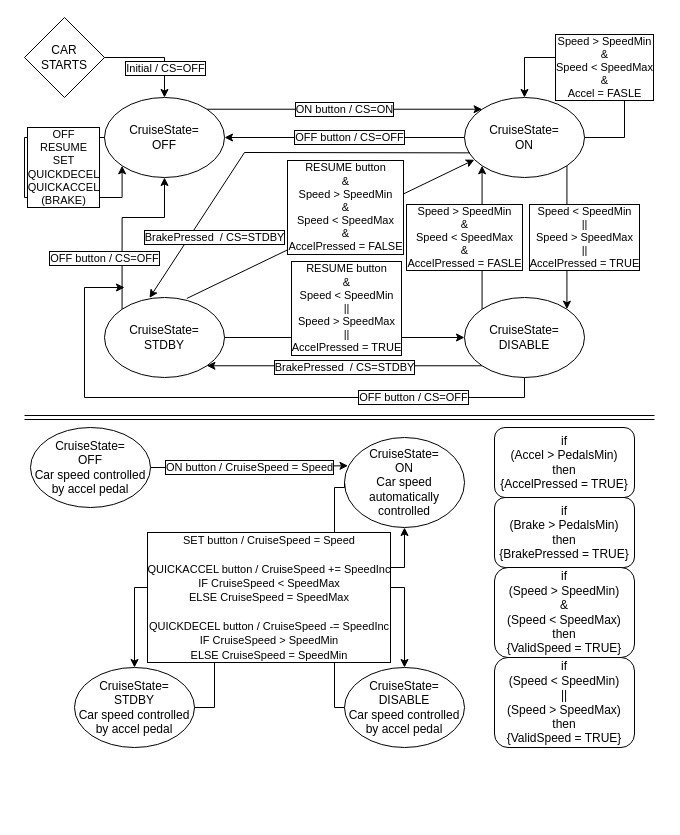
Above: page "full fsm" (1 of 3) of Assignment_2/Report/Flowcharts/flowchart.drawio in BeckBusch/Compsys723-Work (draw.io), before the change. Source tidied: cells renumbered, new cells numbered last; positions are measured from the earlier drawing's top-left corner, leaving out a move shared by most shapes. Both pictures are drawn from the tidied source at 100%, with x=0, y=0 at pixel (24, 17).
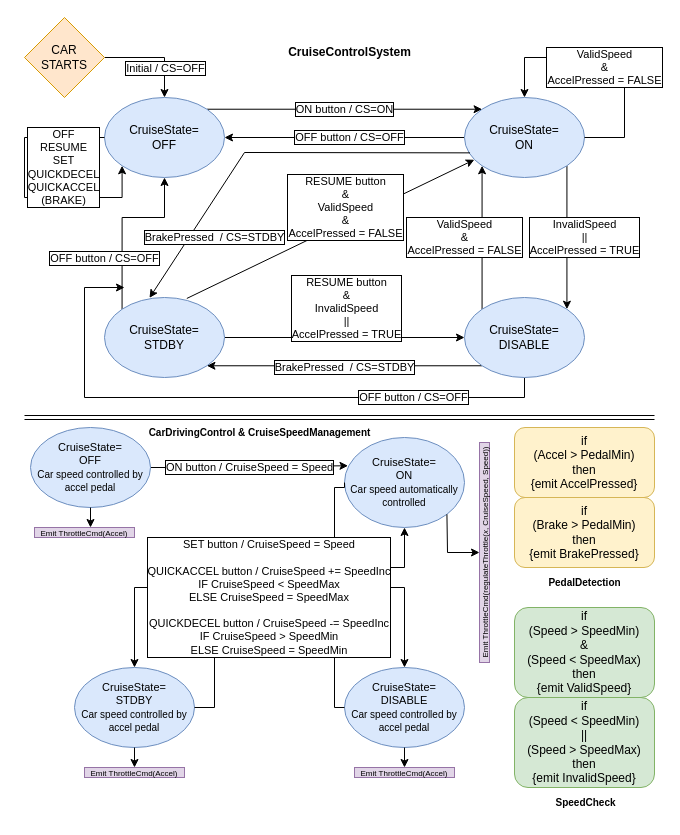
Above is the later version.

Commit message:
FSM flowchart improvements

Unchanged cells that the change refers to:
```xml
<mxCell id="14" style="edgeStyle=orthogonalEdgeStyle;rounded=0;jettySize=auto;html=1;exitX=1;exitY=0.5;exitDx=0;exitDy=0;entryX=0;entryY=0.5;entryDx=0;entryDy=0;" parent="1" edge="1" source="17" target="12">
  <mxGeometry relative="1" as="geometry" />
</mxCell>
```

The edit, as a diff of the source:
```diff
@@
-    <mxCell id="3" value="CruiseState=&lt;br&gt;OFF" style="ellipse;whiteSpace=wrap;html=1;" parent="1" vertex="1">
+    <mxCell id="3" value="CruiseState=&lt;br&gt;OFF" style="ellipse;whiteSpace=wrap;html=1;fillColor=#dae8fc;strokeColor=#6c8ebf;" parent="1" vertex="1">
       <mxGeometry x="80" y="80" width="120" height="80" as="geometry" />
     </mxCell>
@@
-    <mxCell id="6" value="Speed &amp;lt; SpeedMin&lt;br&gt;||&lt;br&gt;Speed &amp;gt; SpeedMax&lt;br&gt;||&lt;br&gt;AccelPressed&amp;nbsp;= TRUE" style="edgeStyle=orthogonalEdgeStyle;rounded=0;jettySize=auto;html=1;exitX=1;exitY=1;exitDx=0;exitDy=0;entryX=1;entryY=0;entryDx=0;entryDy=0;labelBorderColor=default;" parent="1" edge="1" source="7" target="12">
+    <mxCell id="6" value="InvalidSpeed&lt;br&gt;||&lt;br&gt;AccelPressed&amp;nbsp;= TRUE" style="edgeStyle=orthogonalEdgeStyle;rounded=0;jettySize=auto;html=1;exitX=1;exitY=1;exitDx=0;exitDy=0;entryX=1;entryY=0;entryDx=0;entryDy=0;labelBorderColor=default;" parent="1" edge="1" source="7" target="12">
       <mxGeometry y="18" relative="1" as="geometry" />
     </mxCell>
-    <mxCell id="7" value="CruiseState=&lt;br&gt;ON" style="ellipse;whiteSpace=wrap;html=1;" parent="1" vertex="1">
+    <mxCell id="7" value="CruiseState=&lt;br&gt;ON" style="ellipse;whiteSpace=wrap;html=1;fillColor=#dae8fc;strokeColor=#6c8ebf;" parent="1" vertex="1">
       <mxGeometry x="440" y="80" width="120" height="80" as="geometry" />
     </mxCell>
-    <mxCell id="8" value="Speed &amp;gt; SpeedMin&lt;br style=&quot;border-color: var(--border-color);&quot;&gt;&amp;amp;&lt;br style=&quot;border-color: var(--border-color);&quot;&gt;Speed &amp;lt; SpeedMax&lt;br style=&quot;border-color: var(--border-color);&quot;&gt;&amp;amp;&lt;br style=&quot;border-color: var(--border-color);&quot;&gt;AccelPressed&amp;nbsp;= FASLE" style="edgeStyle=orthogonalEdgeStyle;rounded=0;jettySize=auto;html=1;exitX=0;exitY=0;exitDx=0;exitDy=0;entryX=0;entryY=1;entryDx=0;entryDy=0;labelBorderColor=default;" parent="1" edge="1" source="12" target="7">
+    <mxCell id="8" value="ValidSpeed&lt;br style=&quot;border-color: var(--border-color);&quot;&gt;&amp;amp;&lt;br style=&quot;border-color: var(--border-color);&quot;&gt;AccelPressed&amp;nbsp;= FALSE" style="edgeStyle=orthogonalEdgeStyle;rounded=0;jettySize=auto;html=1;exitX=0;exitY=0;exitDx=0;exitDy=0;entryX=0;entryY=1;entryDx=0;entryDy=0;labelBorderColor=default;" parent="1" edge="1" source="12" target="7">
       <mxGeometry y="18" relative="1" as="geometry" />
     </mxCell>
@@
-    <mxCell id="12" value="CruiseState=&lt;br&gt;DISABLE" style="ellipse;whiteSpace=wrap;html=1;" parent="1" vertex="1">
+    <mxCell id="12" value="CruiseState=&lt;br&gt;DISABLE" style="ellipse;whiteSpace=wrap;html=1;fillColor=#dae8fc;strokeColor=#6c8ebf;" parent="1" vertex="1">
       <mxGeometry x="440" y="280" width="120" height="80" as="geometry" />
     </mxCell>
-    <mxCell id="13" value="RESUME button&lt;br style=&quot;border-color: var(--border-color);&quot;&gt;&amp;amp;&lt;br style=&quot;border-color: var(--border-color);&quot;&gt;Speed &amp;gt; SpeedMin&lt;br style=&quot;border-color: var(--border-color);&quot;&gt;&amp;amp;&lt;br style=&quot;border-color: var(--border-color);&quot;&gt;Speed &amp;lt; SpeedMax&lt;br style=&quot;border-color: var(--border-color);&quot;&gt;&amp;amp;&lt;br style=&quot;border-color: var(--border-color);&quot;&gt;AccelPressed&amp;nbsp;= FALSE" style="rounded=0;jettySize=auto;html=1;exitX=0.686;exitY=0.012;exitDx=0;exitDy=0;entryX=0.082;entryY=0.778;entryDx=0;entryDy=0;strokeColor=default;entryPerimeter=0;labelBorderColor=default;exitPerimeter=0;" parent="1" edge="1" source="17" target="7">
+    <mxCell id="13" value="RESUME button&lt;br style=&quot;border-color: var(--border-color);&quot;&gt;&amp;amp;&lt;br style=&quot;border-color: var(--border-color);&quot;&gt;ValidSpeed&lt;br style=&quot;border-color: var(--border-color);&quot;&gt;&amp;amp;&lt;br style=&quot;border-color: var(--border-color);&quot;&gt;AccelPressed&amp;nbsp;= FALSE" style="rounded=0;jettySize=auto;html=1;exitX=0.686;exitY=0.012;exitDx=0;exitDy=0;entryX=0.082;entryY=0.778;entryDx=0;entryDy=0;strokeColor=default;entryPerimeter=0;labelBorderColor=default;exitPerimeter=0;" parent="1" edge="1" source="17" target="7">
       <mxGeometry x="0.14" y="13" relative="1" as="geometry" />
     </mxCell>
@@
-    <mxCell id="15" value="RESUME button&lt;br&gt;&amp;amp;&lt;br&gt;Speed &amp;lt; SpeedMin&lt;br&gt;||&lt;br&gt;Speed &amp;gt; SpeedMax&lt;br&gt;||&lt;br&gt;AccelPressed = TRUE" style="edgeLabel;html=1;align=center;verticalAlign=middle;labelBorderColor=default;" parent="14" vertex="1">
+    <mxCell id="15" value="RESUME button&lt;br&gt;&amp;amp;&lt;br&gt;InvalidSpeed&lt;br&gt;||&lt;br&gt;AccelPressed = TRUE" style="edgeLabel;html=1;align=center;verticalAlign=middle;labelBorderColor=default;" parent="14" vertex="1">
       <mxGeometry x="0.19" relative="1" as="geometry">
         <mxPoint x="-22" y="-30" as="offset" />
       </mxGeometry>
     </mxCell>
@@
-    <mxCell id="17" value="CruiseState=&lt;br&gt;STDBY" style="ellipse;whiteSpace=wrap;html=1;" parent="1" vertex="1">
+    <mxCell id="17" value="CruiseState=&lt;br&gt;STDBY" style="ellipse;whiteSpace=wrap;html=1;fillColor=#dae8fc;strokeColor=#6c8ebf;" parent="1" vertex="1">
       <mxGeometry x="80" y="280" width="120" height="80" as="geometry" />
     </mxCell>
@@
-    <mxCell id="20" value="CAR&lt;br&gt;STARTS" style="rhombus;whiteSpace=wrap;html=1;" parent="1" vertex="1">
+    <mxCell id="20" value="CAR&lt;br&gt;STARTS" style="rhombus;whiteSpace=wrap;html=1;fillColor=#ffe6cc;strokeColor=#d79b00;" parent="1" vertex="1">
       <mxGeometry width="80" height="80" as="geometry" />
     </mxCell>
-    <mxCell id="21" value="Speed &amp;gt; SpeedMin&lt;br&gt;&amp;amp;&lt;br&gt;Speed &amp;lt; SpeedMax&lt;br&gt;&amp;amp;&lt;br&gt;Accel = FASLE" style="edgeStyle=orthogonalEdgeStyle;rounded=0;orthogonalLoop=1;jettySize=auto;html=1;exitX=1;exitY=0.5;exitDx=0;exitDy=0;entryX=0.5;entryY=0;entryDx=0;entryDy=0;labelBorderColor=default;" parent="1" edge="1" source="7" target="7">
+    <mxCell id="21" value="ValidSpeed&lt;br&gt;&amp;amp;&lt;br&gt;AccelPressed = FALSE" style="edgeStyle=orthogonalEdgeStyle;rounded=0;orthogonalLoop=1;jettySize=auto;html=1;exitX=1;exitY=0.5;exitDx=0;exitDy=0;entryX=0.5;entryY=0;entryDx=0;entryDy=0;labelBorderColor=default;" parent="1" edge="1" source="7" target="7">
       <mxGeometry x="0.08" y="10" relative="1" as="geometry">
         <Array as="points">
           <mxPoint x="600" y="120" />
           <mxPoint x="600" y="40" />
           <mxPoint x="500" y="40" />
         </Array>
       </mxGeometry>
     </mxCell>
@@
-    <mxCell id="24" value="ON button / CruiseSpeed = Speed" style="edgeStyle=orthogonalEdgeStyle;rounded=0;jettySize=auto;html=1;labelBorderColor=default;exitX=1;exitY=0.5;exitDx=0;exitDy=0;entryX=0;entryY=0;entryDx=0;entryDy=0;" parent="1" edge="1" source="25">
+    <mxCell id="24" value="ON button / CruiseSpeed = Speed" style="edgeStyle=orthogonalEdgeStyle;rounded=0;jettySize=auto;html=1;labelBorderColor=default;exitX=1;exitY=0.5;exitDx=0;exitDy=0;entryX=0;entryY=0;entryDx=0;entryDy=0;fontSize=11;" parent="1" edge="1" source="25">
       <mxGeometry relative="1" as="geometry">
         <mxPoint x="323.5" y="448.3" as="targetPoint" />
       </mxGeometry>
     </mxCell>
-    <mxCell id="25" value="CruiseState=&lt;br&gt;OFF&lt;br&gt;Car speed controlled by accel pedal" style="ellipse;whiteSpace=wrap;html=1;" parent="1" vertex="1">
+    <mxCell id="25" value="CruiseState=&lt;br style=&quot;font-size: 11px;&quot;&gt;OFF&lt;br style=&quot;font-size: 11px;&quot;&gt;&lt;font style=&quot;font-size: 10px;&quot;&gt;Car speed controlled by accel pedal&lt;/font&gt;" style="ellipse;whiteSpace=wrap;html=1;fillColor=#dae8fc;strokeColor=#6c8ebf;fontSize=11;" parent="1" vertex="1">
       <mxGeometry x="6" y="410" width="120" height="80" as="geometry" />
     </mxCell>
-    <mxCell id="26" value="CruiseState=&lt;br&gt;ON&lt;br&gt;Car speed automatically controlled" style="ellipse;whiteSpace=wrap;html=1;" parent="1" vertex="1">
+    <mxCell id="26" value="CruiseState=&lt;br style=&quot;font-size: 11px;&quot;&gt;ON&lt;br style=&quot;font-size: 11px;&quot;&gt;&lt;font style=&quot;font-size: 10px;&quot;&gt;Car speed automatically controlled&lt;/font&gt;" style="ellipse;whiteSpace=wrap;html=1;fillColor=#dae8fc;strokeColor=#6c8ebf;fontSize=11;" parent="1" vertex="1">
       <mxGeometry x="320" y="420" width="120" height="90" as="geometry" />
     </mxCell>
-    <mxCell id="27" value="CruiseState=&lt;br&gt;DISABLE&lt;br&gt;Car speed controlled by accel pedal" style="ellipse;whiteSpace=wrap;html=1;" parent="1" vertex="1">
+    <mxCell id="27" value="CruiseState=&lt;br style=&quot;font-size: 11px;&quot;&gt;DISABLE&lt;br style=&quot;font-size: 11px;&quot;&gt;&lt;font style=&quot;font-size: 10px;&quot;&gt;Car speed controlled by accel pedal&lt;/font&gt;" style="ellipse;whiteSpace=wrap;html=1;fillColor=#dae8fc;strokeColor=#6c8ebf;fontSize=11;" parent="1" vertex="1">
       <mxGeometry x="320" y="650" width="120" height="80" as="geometry" />
     </mxCell>
-    <mxCell id="28" value="CruiseState=&lt;br&gt;STDBY&lt;br&gt;Car speed controlled by accel pedal" style="ellipse;whiteSpace=wrap;html=1;" parent="1" vertex="1">
+    <mxCell id="28" value="CruiseState=&lt;br style=&quot;font-size: 11px;&quot;&gt;STDBY&lt;br style=&quot;font-size: 11px;&quot;&gt;&lt;font style=&quot;font-size: 10px;&quot;&gt;Car speed controlled by accel pedal&lt;/font&gt;" style="ellipse;whiteSpace=wrap;html=1;fillColor=#dae8fc;strokeColor=#6c8ebf;fontSize=11;" parent="1" vertex="1">
       <mxGeometry x="50" y="650" width="120" height="80" as="geometry" />
     </mxCell>
@@
-    <mxCell id="30" style="edgeStyle=orthogonalEdgeStyle;rounded=0;orthogonalLoop=1;jettySize=auto;html=1;exitX=1;exitY=0.5;exitDx=0;exitDy=0;labelBorderColor=default;entryX=0.5;entryY=0;entryDx=0;entryDy=0;" parent="1" edge="1" source="28" target="28">
+    <mxCell id="30" style="edgeStyle=orthogonalEdgeStyle;rounded=0;orthogonalLoop=1;jettySize=auto;html=1;exitX=1;exitY=0.5;exitDx=0;exitDy=0;labelBorderColor=default;entryX=0.5;entryY=0;entryDx=0;entryDy=0;fontSize=11;" parent="1" edge="1" source="28" target="28">
       <mxGeometry x="0.07" y="82" relative="1" as="geometry">
         <Array as="points">
           <mxPoint x="190" y="690" />
           <mxPoint x="190" y="570" />
           <mxPoint x="110" y="570" />
         </Array>
         <mxPoint x="-2" y="-20" as="offset" />
       </mxGeometry>
     </mxCell>
-    <mxCell id="31" style="edgeStyle=orthogonalEdgeStyle;rounded=0;orthogonalLoop=1;jettySize=auto;html=1;exitX=0;exitY=0.5;exitDx=0;exitDy=0;entryX=0.5;entryY=1;entryDx=0;entryDy=0;" parent="1" edge="1" source="26" target="26">
+    <mxCell id="31" style="edgeStyle=orthogonalEdgeStyle;rounded=0;orthogonalLoop=1;jettySize=auto;html=1;exitX=0;exitY=0.5;exitDx=0;exitDy=0;entryX=0.5;entryY=1;entryDx=0;entryDy=0;fontSize=11;" parent="1" edge="1" source="26" target="26">
       <mxGeometry relative="1" as="geometry">
         <Array as="points">
           <mxPoint x="310" y="470" />
           <mxPoint x="310" y="550" />
           <mxPoint x="380" y="550" />
         </Array>
       </mxGeometry>
     </mxCell>
-    <mxCell id="32" style="edgeStyle=orthogonalEdgeStyle;rounded=0;orthogonalLoop=1;jettySize=auto;html=1;exitX=0;exitY=0.5;exitDx=0;exitDy=0;entryX=0.5;entryY=0;entryDx=0;entryDy=0;" parent="1" edge="1" source="27" target="27">
+    <mxCell id="32" style="edgeStyle=orthogonalEdgeStyle;rounded=0;orthogonalLoop=1;jettySize=auto;html=1;exitX=0;exitY=0.5;exitDx=0;exitDy=0;entryX=0.5;entryY=0;entryDx=0;entryDy=0;fontSize=11;" parent="1" edge="1" source="27" target="27">
       <mxGeometry relative="1" as="geometry">
         <Array as="points">
           <mxPoint x="310" y="690" />
           <mxPoint x="310" y="570" />
           <mxPoint x="380" y="570" />
         </Array>
       </mxGeometry>
     </mxCell>
-    <mxCell id="33" value="&lt;font style=&quot;font-size: 11px;&quot;&gt;&lt;font style=&quot;font-size: 11px;&quot;&gt;SET button / CruiseSpeed = Speed&lt;br style=&quot;border-color: var(--border-color);&quot;&gt;&lt;br style=&quot;border-color: var(--border-color);&quot;&gt;QUICKACCEL button / CruiseSpeed += SpeedInc&lt;br&gt;IF CruiseSpeed &amp;lt; SpeedMax&lt;br&gt;ELSE CruiseSpeed = SpeedMax&lt;br style=&quot;border-color: var(--border-color);&quot;&gt;&lt;br style=&quot;border-color: var(--border-color);&quot;&gt;QUICKDECEL button / CruiseSpeed -= SpeedInc&lt;br&gt;&lt;/font&gt;IF CruiseSpeed &amp;gt; SpeedMin&lt;br&gt;ELSE CruiseSpeed = SpeedMin&lt;br&gt;&lt;/font&gt;" style="text;html=1;strokeColor=none;fillColor=none;align=center;verticalAlign=middle;whiteSpace=wrap;rounded=0;labelBorderColor=default;labelBackgroundColor=default;" parent="1" vertex="1">
+    <mxCell id="33" value="&lt;font style=&quot;font-size: 11px;&quot;&gt;&lt;font style=&quot;font-size: 11px;&quot;&gt;SET button / CruiseSpeed = Speed&lt;br style=&quot;border-color: var(--border-color); font-size: 11px;&quot;&gt;&lt;br style=&quot;border-color: var(--border-color); font-size: 11px;&quot;&gt;QUICKACCEL button / CruiseSpeed += SpeedInc&lt;br style=&quot;font-size: 11px;&quot;&gt;IF CruiseSpeed &amp;lt; SpeedMax&lt;br style=&quot;font-size: 11px;&quot;&gt;ELSE CruiseSpeed = SpeedMax&lt;br style=&quot;border-color: var(--border-color); font-size: 11px;&quot;&gt;&lt;br style=&quot;border-color: var(--border-color); font-size: 11px;&quot;&gt;QUICKDECEL button / CruiseSpeed -= SpeedInc&lt;br style=&quot;font-size: 11px;&quot;&gt;&lt;/font&gt;IF CruiseSpeed &amp;gt; SpeedMin&lt;br style=&quot;font-size: 11px;&quot;&gt;ELSE CruiseSpeed = SpeedMin&lt;br style=&quot;font-size: 11px;&quot;&gt;&lt;/font&gt;" style="text;html=1;strokeColor=none;fillColor=none;align=center;verticalAlign=middle;whiteSpace=wrap;rounded=0;labelBorderColor=default;labelBackgroundColor=default;fontSize=11;" parent="1" vertex="1">
       <mxGeometry x="120" y="540" width="250" height="80" as="geometry" />
     </mxCell>
-    <mxCell id="34" value="if&lt;br&gt;(Accel &amp;gt; PedalsMin)&lt;br&gt;then&lt;br&gt;{AccelPressed = TRUE}" style="rounded=1;whiteSpace=wrap;html=1;" parent="1" vertex="1">
-      <mxGeometry x="470" y="410" width="140" height="70" as="geometry" />
+    <mxCell id="34" value="if&lt;br&gt;(Accel &amp;gt; PedalMin)&lt;br&gt;then&lt;br&gt;{emit AccelPressed}" style="rounded=1;whiteSpace=wrap;html=1;fillColor=#fff2cc;strokeColor=#d6b656;" parent="1" vertex="1">
+      <mxGeometry x="490" y="410" width="140" height="70" as="geometry" />
     </mxCell>
-    <mxCell id="35" value="if&lt;br&gt;(Brake &amp;gt; PedalsMin)&lt;br&gt;then&lt;br&gt;{BrakePressed = TRUE}" style="rounded=1;whiteSpace=wrap;html=1;" parent="1" vertex="1">
-      <mxGeometry x="470" y="480" width="140" height="70" as="geometry" />
+    <mxCell id="35" value="if&lt;br&gt;(Brake &amp;gt; PedalMin)&lt;br&gt;then&lt;br&gt;{emit BrakePressed}" style="rounded=1;whiteSpace=wrap;html=1;fillColor=#fff2cc;strokeColor=#d6b656;" parent="1" vertex="1">
+      <mxGeometry x="490" y="480" width="140" height="70" as="geometry" />
     </mxCell>
-    <mxCell id="36" value="if&lt;br&gt;(Speed &amp;gt; SpeedMin)&lt;br&gt;&amp;amp;&lt;br&gt;(Speed &amp;lt; SpeedMax)&lt;br&gt;then&lt;br&gt;{ValidSpeed = TRUE}" style="rounded=1;whiteSpace=wrap;html=1;" parent="1" vertex="1">
-      <mxGeometry x="470" y="550" width="140" height="90" as="geometry" />
+    <mxCell id="36" value="if&lt;br&gt;(Speed &amp;gt; SpeedMin)&lt;br&gt;&amp;amp;&lt;br&gt;(Speed &amp;lt; SpeedMax)&lt;br&gt;then&lt;br&gt;{emit ValidSpeed}" style="rounded=1;whiteSpace=wrap;html=1;fillColor=#d5e8d4;strokeColor=#82b366;" parent="1" vertex="1">
+      <mxGeometry x="490" y="590" width="140" height="90" as="geometry" />
     </mxCell>
-    <mxCell id="37" value="if&lt;br style=&quot;border-color: var(--border-color);&quot;&gt;(Speed &amp;lt; SpeedMin)&lt;br&gt;||&lt;br&gt;(Speed &amp;gt; SpeedMax)&lt;br style=&quot;border-color: var(--border-color);&quot;&gt;then&lt;br style=&quot;border-color: var(--border-color);&quot;&gt;{ValidSpeed = TRUE}" style="rounded=1;whiteSpace=wrap;html=1;" parent="1" vertex="1">
-      <mxGeometry x="470" y="640" width="140" height="90" as="geometry" />
+    <mxCell id="37" value="if&lt;br style=&quot;border-color: var(--border-color);&quot;&gt;(Speed &amp;lt; SpeedMin)&lt;br&gt;||&lt;br&gt;(Speed &amp;gt; SpeedMax)&lt;br style=&quot;border-color: var(--border-color);&quot;&gt;then&lt;br style=&quot;border-color: var(--border-color);&quot;&gt;{emit InvalidSpeed}" style="rounded=1;whiteSpace=wrap;html=1;fillColor=#d5e8d4;strokeColor=#82b366;" parent="1" vertex="1">
+      <mxGeometry x="490" y="680" width="140" height="90" as="geometry" />
     </mxCell>
+    <mxCell id="38" value="&lt;font size=&quot;1&quot; style=&quot;&quot;&gt;&lt;b style=&quot;font-size: 12px;&quot;&gt;CruiseControlSystem&lt;/b&gt;&lt;/font&gt;" style="text;html=1;align=center;verticalAlign=middle;strokeColor=none;fillColor=none;" parent="1" vertex="1">
+      <mxGeometry x="250" y="20" width="150" height="30" as="geometry" />
+    </mxCell>
+    <mxCell id="39" value="&lt;b&gt;&lt;font style=&quot;font-size: 10px;&quot;&gt;PedalDetection&lt;/font&gt;&lt;/b&gt;" style="text;html=1;align=center;verticalAlign=middle;strokeColor=none;fillColor=none;" parent="1" vertex="1">
+      <mxGeometry x="510" y="550" width="100" height="30" as="geometry" />
+    </mxCell>
+    <mxCell id="40" value="&lt;b&gt;&lt;font style=&quot;font-size: 10px;&quot;&gt;SpeedCheck&lt;/font&gt;&lt;/b&gt;" style="text;html=1;align=center;verticalAlign=middle;strokeColor=none;fillColor=none;" parent="1" vertex="1">
+      <mxGeometry x="521" y="770" width="80" height="30" as="geometry" />
+    </mxCell>
+    <mxCell id="41" style="endArrow=classic;html=1;rounded=0;exitX=0.5;exitY=1;exitDx=0;exitDy=0;" parent="1" edge="1" source="25">
+      <mxGeometry relative="1" as="geometry">
+        <mxPoint x="66" y="510" as="targetPoint" />
+      </mxGeometry>
+    </mxCell>
+    <mxCell id="42" value="&lt;font style=&quot;font-size: 8px;&quot;&gt;Emit ThrottleCmd(Accel)&lt;/font&gt;" style="rounded=0;whiteSpace=wrap;html=1;fillColor=#e1d5e7;strokeColor=#9673a6;" parent="1" vertex="1">
+      <mxGeometry x="10" y="510" width="100" height="10" as="geometry" />
+    </mxCell>
+    <mxCell id="43" style="endArrow=classic;html=1;rounded=0;exitX=1;exitY=1;exitDx=0;exitDy=0;entryX=0.5;entryY=0;entryDx=0;entryDy=0;" parent="1" edge="1" source="26" target="44">
+      <mxGeometry relative="1" as="geometry">
+        <Array as="points">
+          <mxPoint x="423" y="535" />
+        </Array>
+      </mxGeometry>
+    </mxCell>
+    <mxCell id="44" value="&lt;font style=&quot;font-size: 8px;&quot;&gt;Emit ThrottleCmd(regulateThrottle(&lt;i&gt;x&lt;/i&gt;, CruiseSpeed, Speed))&lt;/font&gt;" style="rounded=0;whiteSpace=wrap;html=1;rotation=-90;fillColor=#e1d5e7;strokeColor=#9673a6;" parent="1" vertex="1">
+      <mxGeometry x="350" y="530" width="220" height="10" as="geometry" />
+    </mxCell>
+    <mxCell id="45" style="endArrow=classic;html=1;rounded=0;exitX=0.5;exitY=1;exitDx=0;exitDy=0;" parent="1" edge="1" source="28">
+      <mxGeometry relative="1" as="geometry">
+        <mxPoint x="110" y="750" as="targetPoint" />
+      </mxGeometry>
+    </mxCell>
+    <mxCell id="46" value="&lt;font style=&quot;font-size: 8px;&quot;&gt;Emit ThrottleCmd(Accel)&lt;/font&gt;" style="rounded=0;whiteSpace=wrap;html=1;fillColor=#e1d5e7;strokeColor=#9673a6;" parent="1" vertex="1">
+      <mxGeometry x="60" y="750" width="100" height="10" as="geometry" />
+    </mxCell>
+    <mxCell id="47" style="endArrow=classic;html=1;rounded=0;exitX=0.5;exitY=1;exitDx=0;exitDy=0;" parent="1" edge="1" source="27">
+      <mxGeometry relative="1" as="geometry">
+        <mxPoint x="380" y="750" as="targetPoint" />
+      </mxGeometry>
+    </mxCell>
+    <mxCell id="48" value="&lt;font style=&quot;font-size: 8px;&quot;&gt;Emit ThrottleCmd(Accel)&lt;/font&gt;" style="rounded=0;whiteSpace=wrap;html=1;fillColor=#e1d5e7;strokeColor=#9673a6;" parent="1" vertex="1">
+      <mxGeometry x="330" y="750" width="100" height="10" as="geometry" />
+    </mxCell>
+    <mxCell id="49" value="&lt;b&gt;&lt;font style=&quot;font-size: 10px;&quot;&gt;CarDrivingControl &amp;amp; CruiseSpeedManagement&lt;/font&gt;&lt;br&gt;&lt;/b&gt;" style="text;html=1;align=center;verticalAlign=middle;" parent="1" vertex="1">
+      <mxGeometry x="110" y="400" width="250" height="30" as="geometry" />
+    </mxCell>
```
